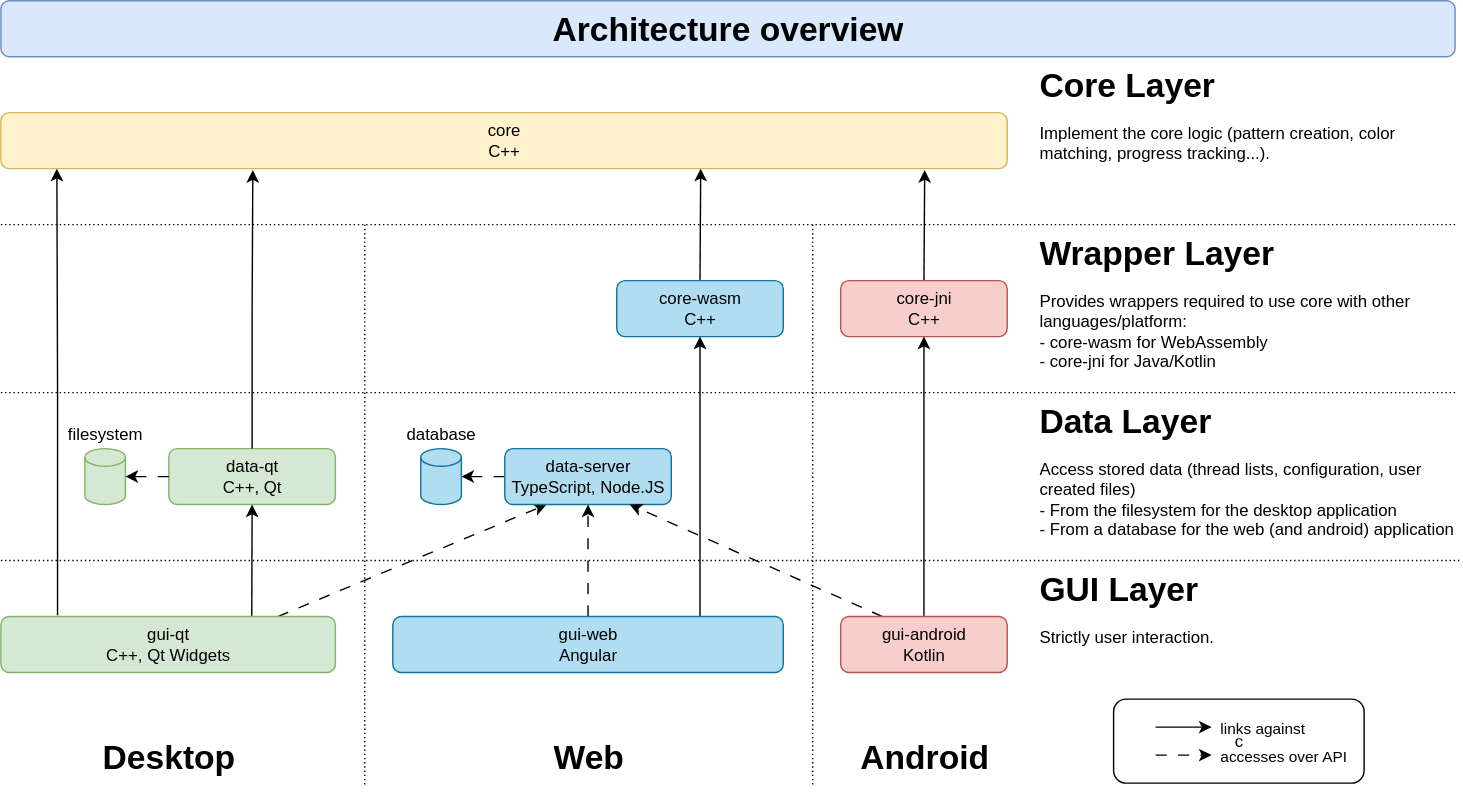
Earlier version of the draw.io export doc/architecture-overview.svg (polletfa/Kreuzstich). Source tidied: cells renumbered, new cells last; positions are measured from the earlier drawing's top-left corner, leaving out a move shared by most shapes. The source it was exported from:
```xml
<mxGraphModel>
  <root>
    <mxCell id="0" />
    <mxCell id="1" parent="0" />
    <mxCell id="2" value="c" style="rounded=1;whiteSpace=wrap;html=1;fillColor=default;" parent="1" vertex="1">
      <mxGeometry x="795" y="499" width="179" height="60" as="geometry" />
    </mxCell>
    <mxCell id="3" value="core&lt;div&gt;C++&lt;/div&gt;" style="rounded=1;whiteSpace=wrap;html=1;fillColor=#fff2cc;strokeColor=#d6b656;points=[[0,0,0,0,0],[0,0.25,0,0,0],[0,0.5,0,0,0],[0,0.75,0,0,0],[0,1,0,0,0],[0.25,0,0,0,0],[0.25,1,0,0,0],[0.5,0,0,0,0],[0.5,1,0,0,0],[0.75,0,0,0,0],[0.75,1,0,0,0],[1,0,0,0,0],[1,0.25,0,0,0],[1,0.5,0,0,0],[1,0.75,0,0,0],[1,1,0,0,0]];" parent="1" vertex="1">
      <mxGeometry y="80" width="719" height="40" as="geometry" />
    </mxCell>
    <mxCell id="4" value="data-qt&lt;div&gt;C++, Qt&lt;/div&gt;" style="rounded=1;whiteSpace=wrap;html=1;fillColor=#d5e8d4;strokeColor=#82b366;" parent="1" vertex="1">
      <mxGeometry x="120" y="320" width="119" height="40" as="geometry" />
    </mxCell>
    <mxCell id="5" style="edgeStyle=none;rounded=0;jettySize=auto;html=1;entryX=0.5;entryY=1;entryDx=0;entryDy=0;exitX=0.75;exitY=0;exitDx=0;exitDy=0;" parent="1" edge="1" source="7" target="4">
      <mxGeometry relative="1" as="geometry" />
    </mxCell>
    <mxCell id="6" style="edgeStyle=none;rounded=0;jettySize=auto;html=1;exitX=0.828;exitY=0;exitDx=0;exitDy=0;entryX=0.25;entryY=1;entryDx=0;entryDy=0;dashed=1;dashPattern=8 8;exitPerimeter=0;" parent="1" edge="1" source="7" target="11">
      <mxGeometry relative="1" as="geometry" />
    </mxCell>
    <mxCell id="7" value="gui-qt&lt;div&gt;C++, Qt Widgets&lt;/div&gt;" style="rounded=1;whiteSpace=wrap;html=1;fillColor=#d5e8d4;strokeColor=#82b366;" parent="1" vertex="1">
      <mxGeometry y="440" width="239" height="40" as="geometry" />
    </mxCell>
    <mxCell id="8" style="rounded=0;jettySize=auto;html=1;exitX=0.5;exitY=0;exitDx=0;exitDy=0;" parent="1" edge="1" source="9">
      <mxGeometry relative="1" as="geometry">
        <mxPoint x="500" y="120" as="targetPoint" />
      </mxGeometry>
    </mxCell>
    <mxCell id="9" value="core-wasm&lt;div&gt;C++&lt;/div&gt;" style="rounded=1;whiteSpace=wrap;html=1;fillColor=#b1ddf0;strokeColor=#10739e;" parent="1" vertex="1">
      <mxGeometry x="440" y="200" width="119" height="40" as="geometry" />
    </mxCell>
    <mxCell id="10" style="edgeStyle=none;rounded=0;jettySize=auto;html=1;exitX=0;exitY=0.5;exitDx=0;exitDy=0;dashed=1;dashPattern=8 8;" parent="1" edge="1" source="11" target="21">
      <mxGeometry x="0.2" y="10" relative="1" as="geometry" />
    </mxCell>
    <mxCell id="11" value="data-server&lt;div&gt;TypeScript, Node.JS&lt;/div&gt;" style="rounded=1;whiteSpace=wrap;html=1;fillColor=#b1ddf0;strokeColor=#10739e;" parent="1" vertex="1">
      <mxGeometry x="360" y="320" width="119" height="40" as="geometry" />
    </mxCell>
    <mxCell id="12" style="edgeStyle=orthogonalEdgeStyle;rounded=0;jettySize=auto;html=1;exitX=1;exitY=0.5;exitDx=0;exitDy=0;entryX=0.5;entryY=1;entryDx=0;entryDy=0;" parent="1" edge="1" source="14" target="9">
      <mxGeometry x="0.58" relative="1" as="geometry">
        <Array as="points">
          <mxPoint x="500" y="460" />
        </Array>
      </mxGeometry>
    </mxCell>
    <mxCell id="13" style="edgeStyle=none;rounded=0;jettySize=auto;html=1;exitX=0.5;exitY=0;exitDx=0;exitDy=0;entryX=0.5;entryY=1;entryDx=0;entryDy=0;dashed=1;dashPattern=8 8;" parent="1" edge="1" source="14" target="11">
      <mxGeometry relative="1" as="geometry" />
    </mxCell>
    <mxCell id="14" value="&lt;div&gt;gui-web&lt;div&gt;Angular&lt;/div&gt;&lt;/div&gt;" style="rounded=1;whiteSpace=wrap;html=1;fillColor=#b1ddf0;strokeColor=#10739e;" parent="1" vertex="1">
      <mxGeometry x="280" y="440" width="279" height="40" as="geometry" />
    </mxCell>
    <mxCell id="15" style="edgeStyle=none;rounded=0;jettySize=auto;html=1;exitX=0.5;exitY=0;exitDx=0;exitDy=0;entryX=0.918;entryY=1.025;entryDx=0;entryDy=0;entryPerimeter=0;" parent="1" edge="1" source="16" target="3">
      <mxGeometry relative="1" as="geometry" />
    </mxCell>
    <mxCell id="16" value="core-jni&lt;div&gt;C++&lt;/div&gt;" style="rounded=1;whiteSpace=wrap;html=1;fillColor=#f8cecc;strokeColor=#b85450;" parent="1" vertex="1">
      <mxGeometry x="600" y="200" width="119" height="40" as="geometry" />
    </mxCell>
    <mxCell id="17" style="edgeStyle=none;rounded=0;jettySize=auto;html=1;exitX=0.5;exitY=0;exitDx=0;exitDy=0;entryX=0.5;entryY=1;entryDx=0;entryDy=0;" parent="1" edge="1" source="19" target="16">
      <mxGeometry relative="1" as="geometry" />
    </mxCell>
    <mxCell id="18" style="edgeStyle=none;rounded=0;jettySize=auto;html=1;exitX=0.25;exitY=0;exitDx=0;exitDy=0;entryX=0.75;entryY=1;entryDx=0;entryDy=0;dashed=1;dashPattern=8 8;" parent="1" edge="1" source="19" target="11">
      <mxGeometry relative="1" as="geometry" />
    </mxCell>
    <mxCell id="19" value="&lt;div&gt;gui-android&lt;div&gt;Kotlin&lt;/div&gt;&lt;/div&gt;" style="rounded=1;whiteSpace=wrap;html=1;fillColor=#f8cecc;strokeColor=#b85450;" parent="1" vertex="1">
      <mxGeometry x="600" y="440" width="119" height="40" as="geometry" />
    </mxCell>
    <mxCell id="20" value="&lt;div&gt;&lt;span style=&quot;background-color: transparent; color: light-dark(rgb(0, 0, 0), rgb(255, 255, 255));&quot;&gt;filesystem&lt;/span&gt;&lt;/div&gt;&lt;div&gt;&lt;span style=&quot;background-color: transparent; color: light-dark(rgb(0, 0, 0), rgb(255, 255, 255));&quot;&gt;&lt;br&gt;&lt;/span&gt;&lt;/div&gt;&lt;div&gt;&lt;span style=&quot;background-color: transparent; color: light-dark(rgb(0, 0, 0), rgb(255, 255, 255));&quot;&gt;&lt;br&gt;&lt;/span&gt;&lt;/div&gt;&lt;div&gt;&lt;span style=&quot;background-color: transparent; color: light-dark(rgb(0, 0, 0), rgb(255, 255, 255));&quot;&gt;&lt;br&gt;&lt;/span&gt;&lt;/div&gt;&lt;div&gt;&lt;span style=&quot;background-color: transparent; color: light-dark(rgb(0, 0, 0), rgb(255, 255, 255));&quot;&gt;&lt;br&gt;&lt;/span&gt;&lt;/div&gt;&lt;div&gt;&lt;span style=&quot;background-color: transparent; color: light-dark(rgb(0, 0, 0), rgb(255, 255, 255));&quot;&gt;&lt;br&gt;&lt;/span&gt;&lt;/div&gt;" style="shape=cylinder3;whiteSpace=wrap;html=1;boundedLbl=1;backgroundOutline=1;size=6.333333333333343;fillColor=#d5e8d4;strokeColor=#82b366;" parent="1" vertex="1">
      <mxGeometry x="60" y="320" width="29" height="40" as="geometry" />
    </mxCell>
    <mxCell id="21" value="&lt;div&gt;&lt;span style=&quot;background-color: transparent; color: light-dark(rgb(0, 0, 0), rgb(255, 255, 255));&quot;&gt;database&lt;/span&gt;&lt;/div&gt;&lt;div&gt;&lt;span style=&quot;background-color: transparent; color: light-dark(rgb(0, 0, 0), rgb(255, 255, 255));&quot;&gt;&lt;br&gt;&lt;/span&gt;&lt;/div&gt;&lt;div&gt;&lt;span style=&quot;background-color: transparent; color: light-dark(rgb(0, 0, 0), rgb(255, 255, 255));&quot;&gt;&lt;br&gt;&lt;/span&gt;&lt;/div&gt;&lt;div&gt;&lt;span style=&quot;background-color: transparent; color: light-dark(rgb(0, 0, 0), rgb(255, 255, 255));&quot;&gt;&lt;br&gt;&lt;/span&gt;&lt;/div&gt;&lt;div&gt;&lt;span style=&quot;background-color: transparent; color: light-dark(rgb(0, 0, 0), rgb(255, 255, 255));&quot;&gt;&lt;br&gt;&lt;/span&gt;&lt;/div&gt;&lt;div&gt;&lt;span style=&quot;background-color: transparent; color: light-dark(rgb(0, 0, 0), rgb(255, 255, 255));&quot;&gt;&lt;br&gt;&lt;/span&gt;&lt;/div&gt;" style="shape=cylinder3;whiteSpace=wrap;html=1;boundedLbl=1;backgroundOutline=1;size=6.333333333333343;fillColor=#b1ddf0;strokeColor=#10739e;" parent="1" vertex="1">
      <mxGeometry x="300" y="320" width="29" height="40" as="geometry" />
    </mxCell>
    <mxCell id="22" style="edgeStyle=none;rounded=0;jettySize=auto;html=1;exitX=0;exitY=0.5;exitDx=0;exitDy=0;entryX=1;entryY=0.5;entryDx=0;entryDy=0;entryPerimeter=0;dashed=1;dashPattern=8 8;" parent="1" edge="1" source="4" target="20">
      <mxGeometry relative="1" as="geometry" />
    </mxCell>
    <mxCell id="23" style="edgeStyle=none;rounded=0;orthogonalLoop=1;jettySize=auto;html=1;exitX=0.5;exitY=0;exitDx=0;exitDy=0;" parent="1" edge="1">
      <mxGeometry relative="1" as="geometry">
        <mxPoint x="825" y="519" as="sourcePoint" />
        <mxPoint x="865" y="519" as="targetPoint" />
      </mxGeometry>
    </mxCell>
    <mxCell id="24" value="links against" style="edgeLabel;html=1;align=center;verticalAlign=middle;" parent="23" vertex="1">
      <mxGeometry x="0.06" y="-3" relative="1" as="geometry">
        <mxPoint x="54" y="-3" as="offset" />
      </mxGeometry>
    </mxCell>
    <mxCell id="25" style="edgeStyle=none;rounded=0;orthogonalLoop=1;jettySize=auto;html=1;exitX=0.5;exitY=0;exitDx=0;exitDy=0;dashed=1;dashPattern=8 8;" parent="1" edge="1">
      <mxGeometry relative="1" as="geometry">
        <mxPoint x="825" y="539" as="sourcePoint" />
        <mxPoint x="865" y="539" as="targetPoint" />
      </mxGeometry>
    </mxCell>
    <mxCell id="26" value="accesses over API" style="edgeLabel;html=1;align=center;verticalAlign=middle;" parent="25" vertex="1">
      <mxGeometry x="0.06" y="-3" relative="1" as="geometry">
        <mxPoint x="69" y="-3" as="offset" />
      </mxGeometry>
    </mxCell>
    <mxCell id="27" style="endArrow=none;html=1;rounded=0;dashed=1;dashPattern=1 2;" parent="1" edge="1">
      <mxGeometry relative="1" as="geometry">
        <mxPoint y="160" as="sourcePoint" />
        <mxPoint x="1040" y="160" as="targetPoint" />
      </mxGeometry>
    </mxCell>
    <mxCell id="28" style="endArrow=none;html=1;rounded=0;dashed=1;dashPattern=1 2;" parent="1" edge="1">
      <mxGeometry relative="1" as="geometry">
        <mxPoint y="280" as="sourcePoint" />
        <mxPoint x="1040" y="280" as="targetPoint" />
      </mxGeometry>
    </mxCell>
    <mxCell id="29" style="endArrow=none;html=1;rounded=0;dashed=1;dashPattern=1 2;" parent="1" edge="1">
      <mxGeometry relative="1" as="geometry">
        <mxPoint y="400" as="sourcePoint" />
        <mxPoint x="1042.6" y="400" as="targetPoint" />
      </mxGeometry>
    </mxCell>
    <mxCell id="30" value="&lt;h1 style=&quot;margin-top: 0px; margin-bottom: 0px;&quot;&gt;&lt;font&gt;Core Layer&lt;/font&gt;&lt;/h1&gt;&lt;p&gt;Implement the core logic (pattern creation, color matching, progress tracking...).&lt;/p&gt;" style="text;html=1;whiteSpace=wrap;overflow=hidden;rounded=0;" parent="1" vertex="1">
      <mxGeometry x="740" y="40" width="299" height="120" as="geometry" />
    </mxCell>
    <mxCell id="31" value="&lt;h1 style=&quot;margin-top: 0px; margin-bottom: 0px;&quot;&gt;&lt;font&gt;Wrapper Layer&lt;/font&gt;&lt;/h1&gt;&lt;p&gt;Provides wrappers required to use core with other languages/platform:&lt;br&gt;- core-wasm for WebAssembly&lt;br&gt;- core-jni for Java/Kotlin&lt;/p&gt;" style="text;html=1;whiteSpace=wrap;overflow=hidden;rounded=0;" parent="1" vertex="1">
      <mxGeometry x="740" y="160" width="299" height="120" as="geometry" />
    </mxCell>
    <mxCell id="32" value="&lt;h1 style=&quot;margin-top: 0px; margin-bottom: 0px;&quot;&gt;&lt;font&gt;Data Layer&lt;/font&gt;&lt;/h1&gt;&lt;p&gt;Access stored data (thread lists, configuration, user created files)&lt;br&gt;- From the filesystem for the desktop application&lt;br&gt;- From a database for the web (and android) application&lt;/p&gt;" style="text;html=1;whiteSpace=wrap;overflow=hidden;rounded=0;" parent="1" vertex="1">
      <mxGeometry x="740" y="280" width="299" height="120" as="geometry" />
    </mxCell>
    <mxCell id="33" value="&lt;h1 style=&quot;margin-top: 0px; margin-bottom: 0px;&quot;&gt;&lt;font&gt;GUI Layer&lt;/font&gt;&lt;/h1&gt;&lt;p&gt;Strictly user interaction.&lt;/p&gt;" style="text;html=1;whiteSpace=wrap;overflow=hidden;rounded=0;" parent="1" vertex="1">
      <mxGeometry x="740" y="400" width="299" height="120" as="geometry" />
    </mxCell>
    <mxCell id="34" value="&lt;h1 style=&quot;margin-top: 0px;&quot;&gt;Architecture overview&lt;/h1&gt;" style="text;html=1;whiteSpace=wrap;overflow=hidden;rounded=1;strokeColor=#6c8ebf;align=center;fillColor=#dae8fc;" parent="1" vertex="1">
      <mxGeometry width="1039" height="40" as="geometry" />
    </mxCell>
    <mxCell id="35" style="edgeStyle=orthogonalEdgeStyle;rounded=0;orthogonalLoop=1;jettySize=auto;html=1;exitX=0.5;exitY=1;exitDx=0;exitDy=0;" parent="1" edge="1" source="2" target="2">
      <mxGeometry relative="1" as="geometry" />
    </mxCell>
    <mxCell id="36" style="edgeStyle=orthogonalEdgeStyle;rounded=0;jettySize=auto;html=1;exitX=0.5;exitY=0;exitDx=0;exitDy=0;" parent="1" edge="1" source="4">
      <mxGeometry relative="1" as="geometry">
        <mxPoint x="180" y="121" as="targetPoint" />
      </mxGeometry>
    </mxCell>
    <mxCell id="37" style="edgeStyle=orthogonalEdgeStyle;rounded=0;orthogonalLoop=1;jettySize=auto;html=1;entryX=0.038;entryY=1.025;entryDx=0;entryDy=0;entryPerimeter=0;exitX=0.116;exitY=0;exitDx=0;exitDy=0;exitPerimeter=0;" parent="1" edge="1">
      <mxGeometry relative="1" as="geometry">
        <mxPoint x="40.5" y="439" as="sourcePoint" />
        <mxPoint x="40" y="120" as="targetPoint" />
      </mxGeometry>
    </mxCell>
    <mxCell id="38" value="&lt;h1 style=&quot;margin-top: 0px;&quot;&gt;Desktop&lt;br&gt;&lt;/h1&gt;" style="text;html=1;whiteSpace=wrap;overflow=hidden;rounded=0;align=center;" parent="1" vertex="1">
      <mxGeometry y="520" width="240" height="40" as="geometry" />
    </mxCell>
    <mxCell id="39" value="&lt;h1 style=&quot;margin-top: 0px;&quot;&gt;Web&lt;/h1&gt;" style="text;html=1;whiteSpace=wrap;overflow=hidden;rounded=0;align=center;" parent="1" vertex="1">
      <mxGeometry x="280" y="520" width="280" height="40" as="geometry" />
    </mxCell>
    <mxCell id="40" value="&lt;h1 style=&quot;margin-top: 0px;&quot;&gt;Android&lt;/h1&gt;" style="text;html=1;whiteSpace=wrap;overflow=hidden;rounded=0;align=center;" parent="1" vertex="1">
      <mxGeometry x="600" y="520" width="120" height="39" as="geometry" />
    </mxCell>
    <mxCell id="41" style="endArrow=none;html=1;rounded=0;dashed=1;dashPattern=1 2;" parent="1" edge="1">
      <mxGeometry relative="1" as="geometry">
        <mxPoint x="260" y="160" as="sourcePoint" />
        <mxPoint x="260" y="560" as="targetPoint" />
      </mxGeometry>
    </mxCell>
    <mxCell id="42" style="endArrow=none;html=1;rounded=0;dashed=1;dashPattern=1 2;" parent="1" edge="1">
      <mxGeometry relative="1" as="geometry">
        <mxPoint x="580" y="160" as="sourcePoint" />
        <mxPoint x="580" y="560" as="targetPoint" />
      </mxGeometry>
    </mxCell>
  </root>
</mxGraphModel>
```
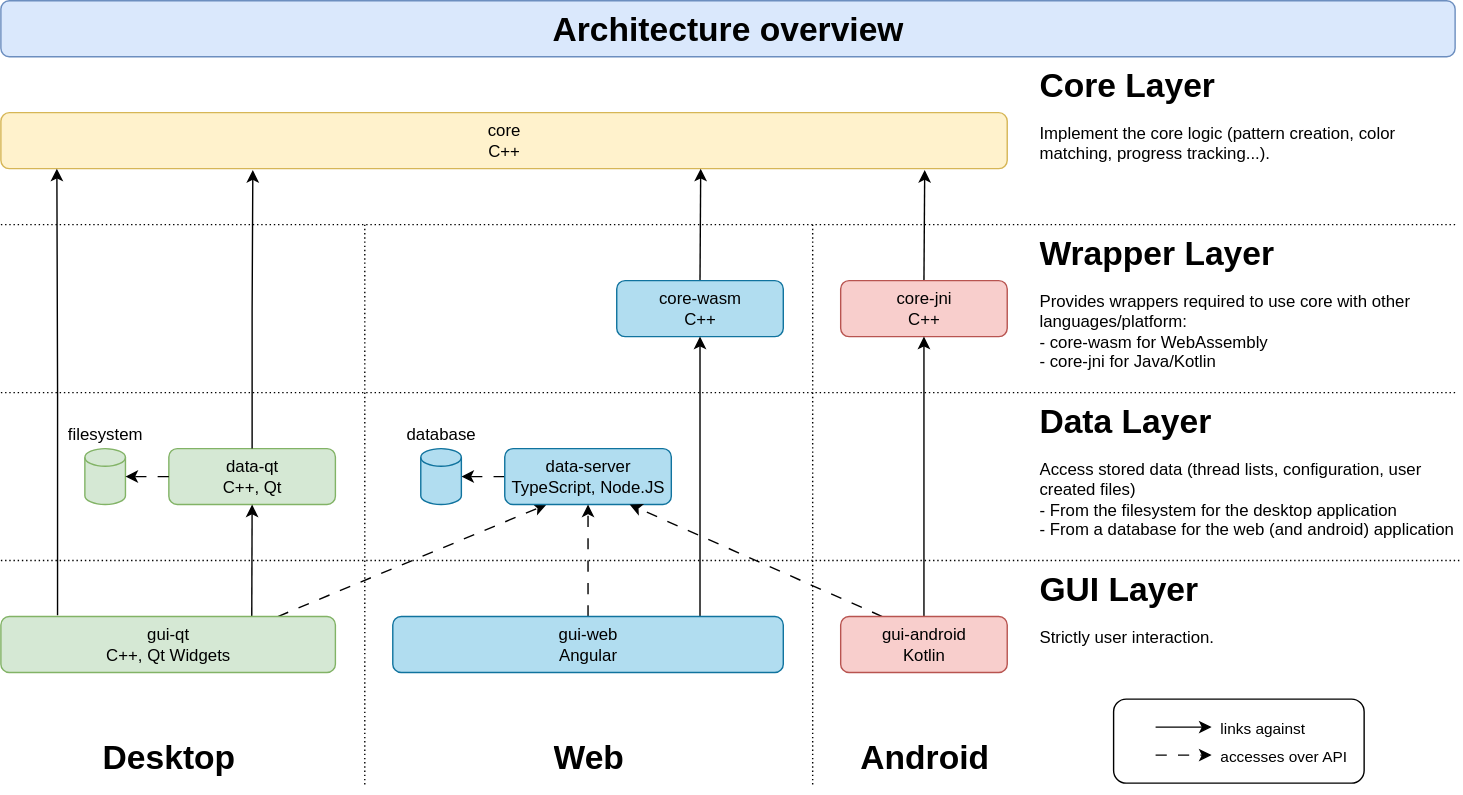
The same diagram one commit later.

The edit, as a diff of the source:
```diff
@@ -2,7 +2,7 @@
   <root>
     <mxCell id="0" />
     <mxCell id="1" parent="0" />
-    <mxCell id="2" value="c" style="rounded=1;whiteSpace=wrap;html=1;fillColor=default;" parent="1" vertex="1">
+    <mxCell id="2" style="rounded=1;whiteSpace=wrap;html=1;fillColor=default;" parent="1" vertex="1">
       <mxGeometry x="795" y="499" width="179" height="60" as="geometry" />
     </mxCell>
     <mxCell id="3" value="core&lt;div&gt;C++&lt;/div&gt;" style="rounded=1;whiteSpace=wrap;html=1;fillColor=#fff2cc;strokeColor=#d6b656;points=[[0,0,0,0,0],[0,0.25,0,0,0],[0,0.5,0,0,0],[0,0.75,0,0,0],[0,1,0,0,0],[0.25,0,0,0,0],[0.25,1,0,0,0],[0.5,0,0,0,0],[0.5,1,0,0,0],[0.75,0,0,0,0],[0.75,1,0,0,0],[1,0,0,0,0],[1,0.25,0,0,0],[1,0.5,0,0,0],[1,0.75,0,0,0],[1,1,0,0,0]];" parent="1" vertex="1">
```
